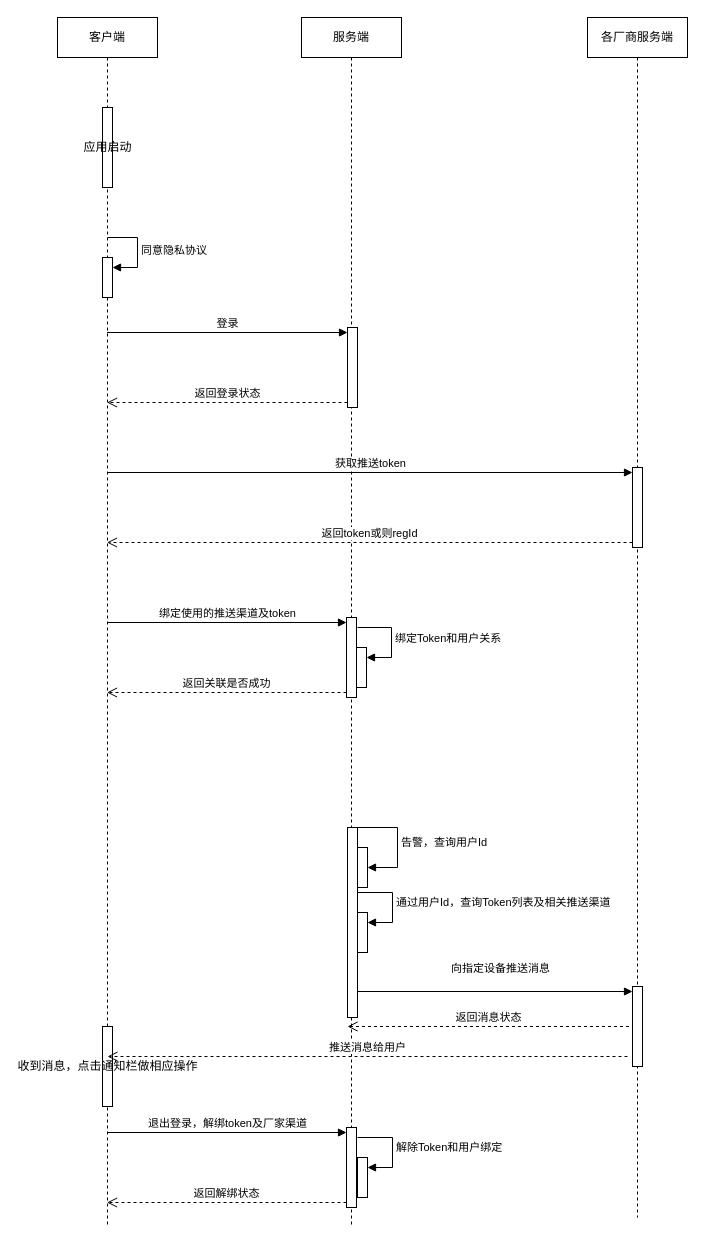
The draw.io diagram 厂商推送自研.drawio in geeker-cmc/css3, before the edit. Source tidied: cells renumbered, new cells numbered last; positions are measured from the earlier drawing's top-left corner, leaving out a move shared by most shapes. Both pictures are drawn from the tidied source at 100%, with x=0, y=0 at pixel (57, 17).
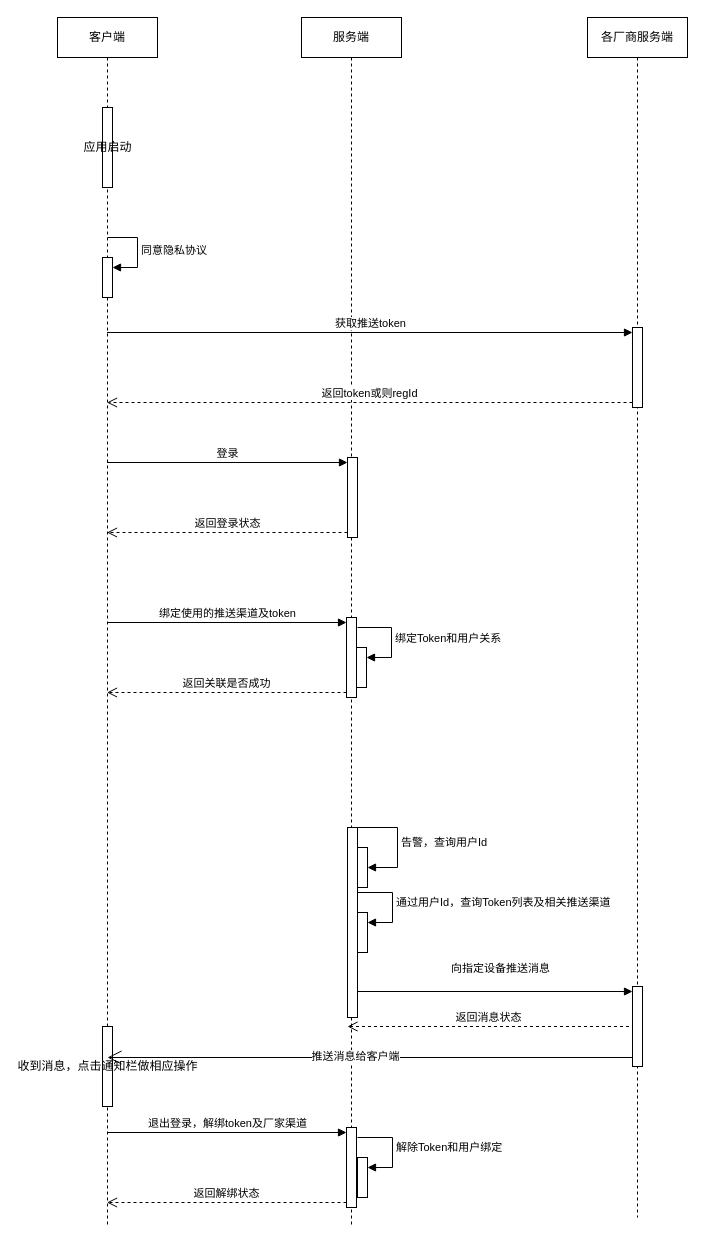
After the change.

Commit message:
更新厂商推送自研.drawio

Unchanged cells that the change refers to:
```xml
<mxCell id="2" value="客户端" style="shape=umlLifeline;perimeter=lifelinePerimeter;whiteSpace=wrap;html=1;outlineConnect=0;portConstraint=eastwest;newEdgeStyle={&quot;curved&quot;:0,&quot;rounded&quot;:0};" parent="1" vertex="1">
  <mxGeometry width="100" height="1210" as="geometry" />
</mxCell>
<mxCell id="7" value="服务端" style="shape=umlLifeline;perimeter=lifelinePerimeter;whiteSpace=wrap;html=1;newEdgeStyle={&quot;curved&quot;:0,&quot;rounded&quot;:0};" parent="1" vertex="1">
  <mxGeometry x="244" width="100" height="1210" as="geometry" />
</mxCell>
<mxCell id="20" value="各厂商服务端" style="shape=umlLifeline;perimeter=lifelinePerimeter;whiteSpace=wrap;html=1;newEdgeStyle={&quot;curved&quot;:0,&quot;rounded&quot;:0};" parent="1" vertex="1">
  <mxGeometry x="530" width="100" height="1200" as="geometry" />
</mxCell>
<mxCell id="22" style="html=1;points=[[0,0,0,0,5],[0,1,0,0,-5],[1,0,0,0,5],[1,1,0,0,-5]];perimeter=orthogonalPerimeter;outlineConnect=0;targetShapes=umlLifeline;portConstraint=eastwest;newEdgeStyle={&quot;curved&quot;:0,&quot;rounded&quot;:0};" parent="20" vertex="1">
  <mxGeometry x="45" y="969" width="10" height="80" as="geometry" />
</mxCell>
```

Change to the diagram source:
```diff
@@
-    <mxCell id="8" style="html=1;points=[[0,0,0,0,5],[0,1,0,0,-5],[1,0,0,0,5],[1,1,0,0,-5]];perimeter=orthogonalPerimeter;outlineConnect=0;targetShapes=umlLifeline;portConstraint=eastwest;newEdgeStyle={&quot;curved&quot;:0,&quot;rounded&quot;:0};" parent="7" vertex="1">
-      <mxGeometry x="46" y="310" width="10" height="80" as="geometry" />
-    </mxCell>
@@
     <mxCell id="21" style="html=1;points=[[0,0,0,0,5],[0,1,0,0,-5],[1,0,0,0,5],[1,1,0,0,-5]];perimeter=orthogonalPerimeter;outlineConnect=0;targetShapes=umlLifeline;portConstraint=eastwest;newEdgeStyle={&quot;curved&quot;:0,&quot;rounded&quot;:0};" parent="20" vertex="1">
-      <mxGeometry x="45" y="450" width="10" height="80" as="geometry" />
+      <mxGeometry x="45" y="310" width="10" height="80" as="geometry" />
     </mxCell>
@@
-    <mxCell id="23" value="登录" style="html=1;verticalAlign=bottom;endArrow=block;curved=0;rounded=0;entryX=0;entryY=0;entryDx=0;entryDy=5;" parent="1" edge="1" source="2" target="8">
-      <mxGeometry relative="1" as="geometry" />
-    </mxCell>
-    <mxCell id="24" value="返回登录状态" style="html=1;verticalAlign=bottom;endArrow=open;dashed=1;endSize=8;curved=0;rounded=0;exitX=0;exitY=1;exitDx=0;exitDy=-5;" parent="1" edge="1" source="8" target="2">
-      <mxGeometry relative="1" as="geometry" />
-    </mxCell>
-    <mxCell id="25" value="获取推送token" style="html=1;verticalAlign=bottom;endArrow=block;curved=0;rounded=0;entryX=0;entryY=0;entryDx=0;entryDy=5;" parent="1" edge="1" source="2" target="21">
-      <mxGeometry relative="1" as="geometry" />
+    <mxCell id="25" value="获取推送token" style="html=1;verticalAlign=bottom;endArrow=block;curved=0;rounded=0;entryX=0;entryY=0;entryDx=0;entryDy=5;" parent="1" edge="1" target="21">
+      <mxGeometry relative="1" as="geometry">
+        <mxPoint x="49.5" y="315" as="sourcePoint" />
+      </mxGeometry>
     </mxCell>
-    <mxCell id="26" value="返回token或则regId" style="html=1;verticalAlign=bottom;endArrow=open;dashed=1;endSize=8;curved=0;rounded=0;exitX=0;exitY=1;exitDx=0;exitDy=-5;" parent="1" edge="1" source="21" target="2">
-      <mxGeometry relative="1" as="geometry" />
+    <mxCell id="26" value="返回token或则regId" style="html=1;verticalAlign=bottom;endArrow=open;dashed=1;endSize=8;curved=0;rounded=0;exitX=0;exitY=1;exitDx=0;exitDy=-5;" parent="1" edge="1" source="21">
+      <mxGeometry relative="1" as="geometry">
+        <mxPoint x="49.5" y="385" as="targetPoint" />
+      </mxGeometry>
     </mxCell>
@@
-    <mxCell id="31" value="推送消息给用户" style="html=1;verticalAlign=bottom;endArrow=open;dashed=1;endSize=8;curved=0;rounded=0;" parent="1" edge="1">
-      <mxGeometry relative="1" as="geometry">
-        <mxPoint x="570" y="1039" as="sourcePoint" />
-        <mxPoint x="50" y="1039" as="targetPoint" />
-      </mxGeometry>
-    </mxCell>
@@
+    <mxCell id="8" style="html=1;points=[[0,0,0,0,5],[0,1,0,0,-5],[1,0,0,0,5],[1,1,0,0,-5]];perimeter=orthogonalPerimeter;outlineConnect=0;targetShapes=umlLifeline;portConstraint=eastwest;newEdgeStyle={&quot;curved&quot;:0,&quot;rounded&quot;:0};" parent="1" vertex="1">
+      <mxGeometry x="290" y="440" width="10" height="80" as="geometry" />
+    </mxCell>
+    <mxCell id="23" value="登录" style="html=1;verticalAlign=bottom;endArrow=block;curved=0;rounded=0;entryX=0;entryY=0;entryDx=0;entryDy=5;" parent="1" edge="1" target="8">
+      <mxGeometry relative="1" as="geometry">
+        <mxPoint x="49.5" y="445" as="sourcePoint" />
+      </mxGeometry>
+    </mxCell>
+    <mxCell id="24" value="返回登录状态" style="html=1;verticalAlign=bottom;endArrow=open;dashed=1;endSize=8;curved=0;rounded=0;exitX=0;exitY=1;exitDx=0;exitDy=-5;" parent="1" edge="1" source="8">
+      <mxGeometry relative="1" as="geometry">
+        <mxPoint x="49.5" y="515" as="targetPoint" />
+      </mxGeometry>
+    </mxCell>
+    <mxCell id="34" style="endArrow=open;endFill=1;endSize=12;html=1;rounded=0;" parent="1" edge="1" source="22">
+      <mxGeometry relative="1" as="geometry">
+        <mxPoint x="50" y="1040" as="targetPoint" />
+      </mxGeometry>
+    </mxCell>
+    <mxCell id="35" value="推送消息给客户端" style="edgeLabel;html=1;align=center;verticalAlign=middle;" parent="34" vertex="1">
+      <mxGeometry x="0.06" y="-2" relative="1" as="geometry" />
+    </mxCell>
```
